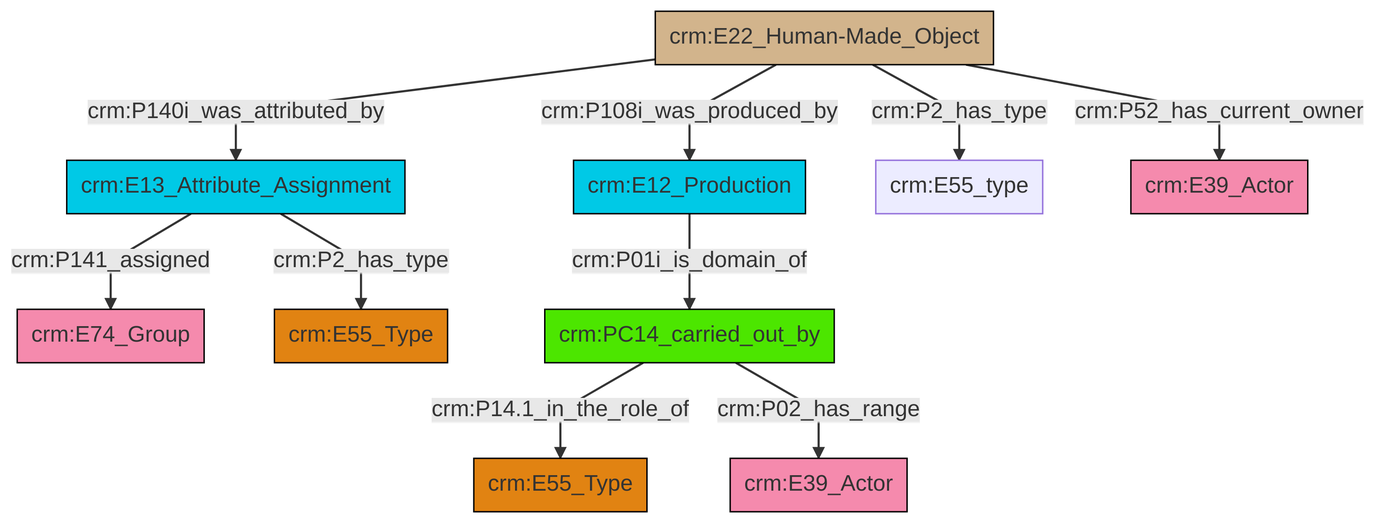
swiss-art-research-net/docs.swissartresearch keeps this Mermaid diagram as et/builtWorkCSV/ttl/mmd/png/Built_Work_actor_relations.png. Above is the earlier version. Its source is kept beside it as et/builtWorkCSV/ttl/mmd/Built_Work_actor_relations.ttl.mmd.
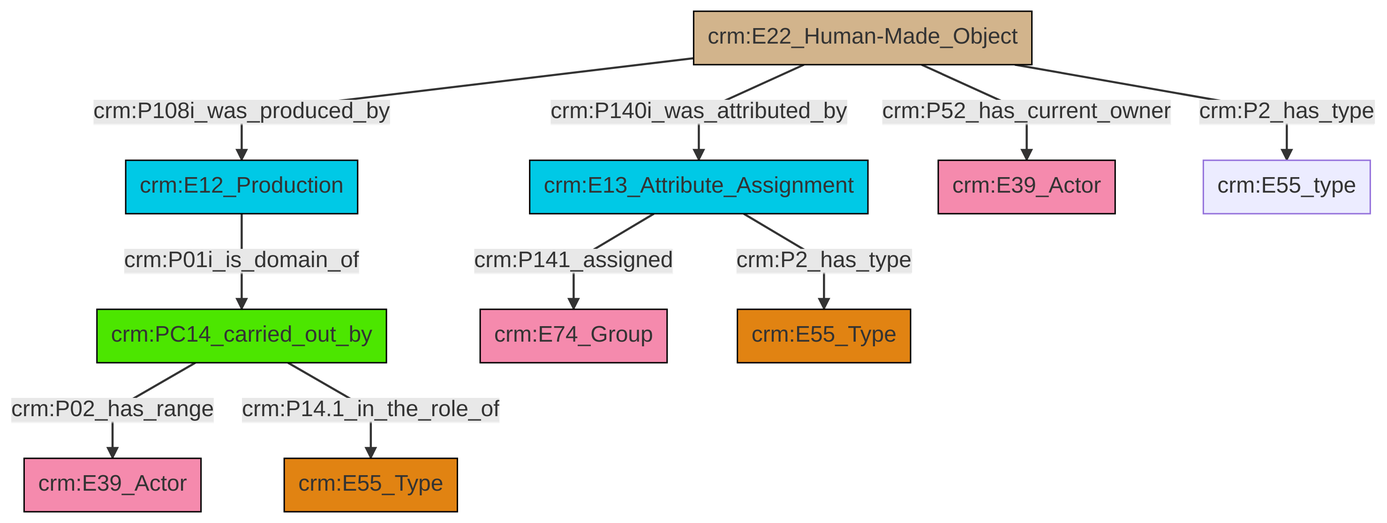
Above is the later version.

Diff of the diagram source:
```diff
@@ -13,12 +13,12 @@
 classDef PC_Classes fill:#4ce600, stroke:#000000;
 classDef Multi fill:#cccccc,stroke:#000000;
 
-2["crm:E22_Human-Made_Object"]:::Physical_Thing -->|crm:P140i_was_attributed_by| 3["crm:E13_Attribute_Assignment"]:::Temporal_Entity
-2["crm:E22_Human-Made_Object"]:::Physical_Thing -->|crm:P108i_was_produced_by| 4["crm:E12_Production"]:::Temporal_Entity
-2["crm:E22_Human-Made_Object"]:::Physical_Thing -->|crm:P2_has_type| 8["crm:E55_type"]:::Default
-2["crm:E22_Human-Made_Object"]:::Physical_Thing -->|crm:P52_has_current_owner| 9["crm:E39_Actor"]:::Actor
-12["crm:PC14_carried_out_by"]:::PC_Classes -->|crm:P14.1_in_the_role_of| 10["crm:E55_Type"]:::Type
-4["crm:E12_Production"]:::Temporal_Entity -->|crm:P01i_is_domain_of| 12["crm:PC14_carried_out_by"]:::PC_Classes
-3["crm:E13_Attribute_Assignment"]:::Temporal_Entity -->|crm:P141_assigned| 0["crm:E74_Group"]:::Actor
-12["crm:PC14_carried_out_by"]:::PC_Classes -->|crm:P02_has_range| 17["crm:E39_Actor"]:::Actor
-3["crm:E13_Attribute_Assignment"]:::Temporal_Entity -->|crm:P2_has_type| 5["crm:E55_Type"]:::Type
+0["crm:PC14_carried_out_by"]:::PC_Classes -->|crm:P02_has_range| 1["crm:E39_Actor"]:::Actor
+2["crm:E13_Attribute_Assignment"]:::Temporal_Entity -->|crm:P141_assigned| 3["crm:E74_Group"]:::Actor
+2["crm:E13_Attribute_Assignment"]:::Temporal_Entity -->|crm:P2_has_type| 4["crm:E55_Type"]:::Type
+6["crm:E12_Production"]:::Temporal_Entity -->|crm:P01i_is_domain_of| 0["crm:PC14_carried_out_by"]:::PC_Classes
+9["crm:E22_Human-Made_Object"]:::Physical_Thing -->|crm:P140i_was_attributed_by| 2["crm:E13_Attribute_Assignment"]:::Temporal_Entity
+9["crm:E22_Human-Made_Object"]:::Physical_Thing -->|crm:P52_has_current_owner| 12["crm:E39_Actor"]:::Actor
+0["crm:PC14_carried_out_by"]:::PC_Classes -->|crm:P14.1_in_the_role_of| 13["crm:E55_Type"]:::Type
+9["crm:E22_Human-Made_Object"]:::Physical_Thing -->|crm:P108i_was_produced_by| 6["crm:E12_Production"]:::Temporal_Entity
+9["crm:E22_Human-Made_Object"]:::Physical_Thing -->|crm:P2_has_type| 18["crm:E55_type"]:::Default
```
